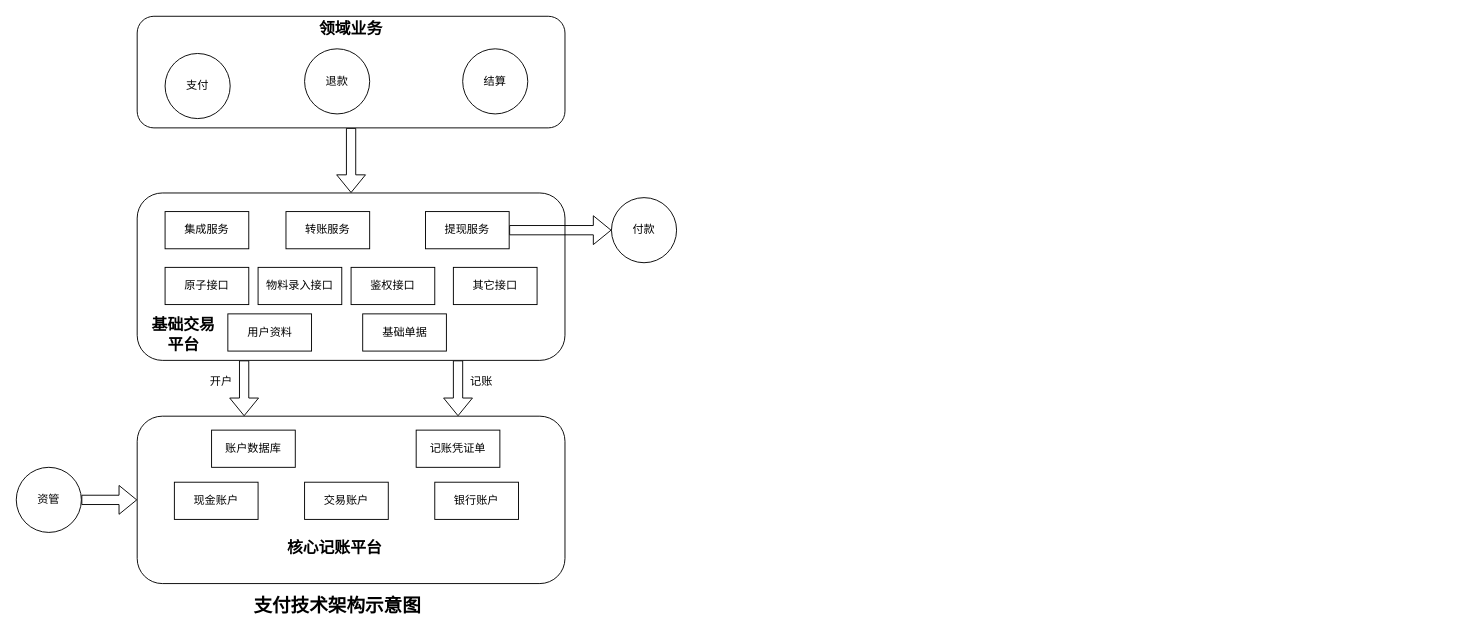
zhufuyin/draw keeps this draw.io diagram as 支付领域.drawio. Above is the earlier version. Source tidied: cells renumbered, new cells numbered last; positions are measured from the earlier drawing's top-left corner, leaving out a move shared by most shapes. Both pictures are drawn from the tidied source at 93%, with x=0, y=0 at pixel (16, 16).
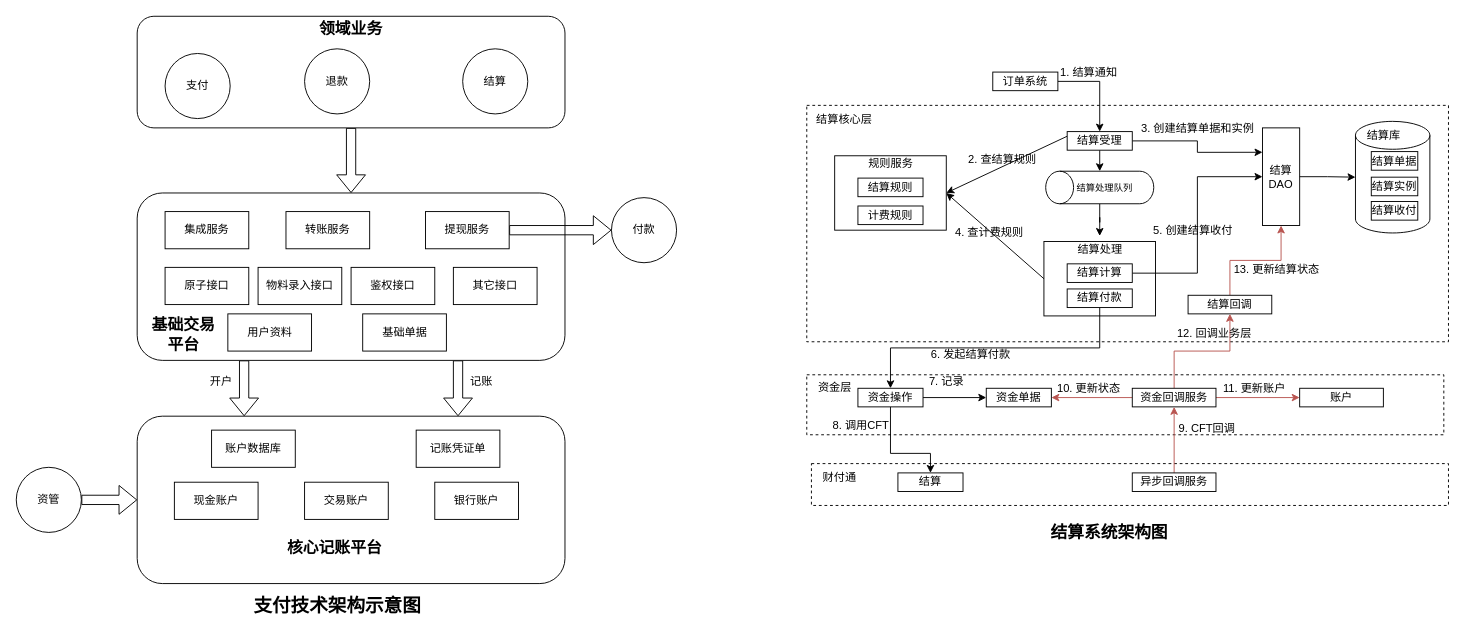
The same page after the edit.

Commit message (it also covers changes not shown here):
更新支付领域.drawio

The edit, as a diff of the source:
```diff
@@
+    <mxCell id="35" style="rounded=0;whiteSpace=wrap;html=1;dashed=1;" parent="1" vertex="1">
+      <mxGeometry x="850" y="95.8" width="690" height="254.2" as="geometry" />
+    </mxCell>
+    <mxCell id="36" style="rounded=0;whiteSpace=wrap;html=1;dashed=1;" parent="1" vertex="1">
+      <mxGeometry x="850" y="385.5" width="685" height="64.5" as="geometry" />
+    </mxCell>
+    <mxCell id="37" style="rounded=0;whiteSpace=wrap;html=1;dashed=1;" parent="1" vertex="1">
+      <mxGeometry x="855" y="481" width="685" height="45" as="geometry" />
+    </mxCell>
@@
+    <mxCell id="38" style="rounded=0;whiteSpace=wrap;html=1;" parent="1" vertex="1">
+      <mxGeometry x="880" y="150" width="120" height="80" as="geometry" />
+    </mxCell>
+    <mxCell id="39" value="结算规则" style="rounded=0;whiteSpace=wrap;html=1;" parent="1" vertex="1">
+      <mxGeometry x="905" y="174" width="70" height="20" as="geometry" />
+    </mxCell>
+    <mxCell id="40" value="计费规则" style="rounded=0;whiteSpace=wrap;html=1;" parent="1" vertex="1">
+      <mxGeometry x="905" y="204" width="70" height="20" as="geometry" />
+    </mxCell>
+    <mxCell id="41" value="规则服务" style="text;html=1;align=center;verticalAlign=middle;strokeColor=none;fillColor=none;" parent="1" vertex="1">
+      <mxGeometry x="905" y="144" width="70" height="30" as="geometry" />
+    </mxCell>
+    <mxCell id="42" style="rounded=0;jettySize=auto;html=1;exitX=0;exitY=0.25;exitDx=0;exitDy=0;entryX=1;entryY=0.5;entryDx=0;entryDy=0;" parent="1" edge="1" source="45" target="38">
+      <mxGeometry relative="1" as="geometry" />
+    </mxCell>
+    <mxCell id="43" style="edgeStyle=orthogonalEdgeStyle;rounded=0;jettySize=auto;html=1;exitX=0.5;exitY=1;exitDx=0;exitDy=0;entryX=1;entryY=0.5;entryDx=0;entryDy=0;entryPerimeter=0;" parent="1" edge="1" source="45" target="77">
+      <mxGeometry relative="1" as="geometry" />
+    </mxCell>
+    <mxCell id="44" style="edgeStyle=orthogonalEdgeStyle;rounded=0;jettySize=auto;html=1;exitX=1;exitY=0.5;exitDx=0;exitDy=0;entryX=0;entryY=0.25;entryDx=0;entryDy=0;" parent="1" edge="1" source="45" target="52">
+      <mxGeometry relative="1" as="geometry" />
+    </mxCell>
+    <mxCell id="45" value="结算受理" style="rounded=0;whiteSpace=wrap;html=1;" parent="1" vertex="1">
+      <mxGeometry x="1130" y="124" width="70" height="20" as="geometry" />
+    </mxCell>
+    <mxCell id="46" style="rounded=0;whiteSpace=wrap;html=1;" parent="1" vertex="1">
+      <mxGeometry x="1105" y="242.2" width="120" height="80" as="geometry" />
+    </mxCell>
+    <mxCell id="47" style="edgeStyle=orthogonalEdgeStyle;rounded=0;jettySize=auto;html=1;exitX=1;exitY=0.5;exitDx=0;exitDy=0;entryX=0;entryY=0.5;entryDx=0;entryDy=0;" parent="1" edge="1" source="48" target="52">
+      <mxGeometry relative="1" as="geometry" />
+    </mxCell>
+    <mxCell id="48" value="结算计算" style="rounded=0;whiteSpace=wrap;html=1;" parent="1" vertex="1">
+      <mxGeometry x="1130" y="266.2" width="70" height="20" as="geometry" />
+    </mxCell>
+    <mxCell id="49" style="edgeStyle=orthogonalEdgeStyle;rounded=0;jettySize=auto;html=1;exitX=0.5;exitY=1;exitDx=0;exitDy=0;entryX=0.5;entryY=0;entryDx=0;entryDy=0;" parent="1" edge="1" source="50" target="63">
+      <mxGeometry relative="1" as="geometry" />
+    </mxCell>
+    <mxCell id="50" value="结算付款" style="rounded=0;whiteSpace=wrap;html=1;" parent="1" vertex="1">
+      <mxGeometry x="1130" y="293.2" width="70" height="20" as="geometry" />
+    </mxCell>
+    <mxCell id="51" value="结算处理" style="text;html=1;align=center;verticalAlign=middle;points=[];strokeColor=none;fillColor=none;" parent="1" vertex="1">
+      <mxGeometry x="1130" y="236.2" width="70" height="30" as="geometry" />
+    </mxCell>
+    <mxCell id="52" value="结算DAO" style="rounded=0;whiteSpace=wrap;html=1;" parent="1" vertex="1">
+      <mxGeometry x="1340" y="120" width="40" height="105" as="geometry" />
+    </mxCell>
+    <mxCell id="53" style="shape=cylinder3;whiteSpace=wrap;html=1;boundedLbl=1;backgroundOutline=1;size=15;" parent="1" vertex="1">
+      <mxGeometry x="1440" y="113" width="80" height="120" as="geometry" />
+    </mxCell>
+    <mxCell id="54" value="结算库" style="text;html=1;align=center;verticalAlign=middle;strokeColor=none;fillColor=none;" parent="1" vertex="1">
+      <mxGeometry x="1440" y="113" width="60" height="30" as="geometry" />
+    </mxCell>
+    <mxCell id="55" value="结算单据" style="rounded=0;whiteSpace=wrap;html=1;" parent="1" vertex="1">
+      <mxGeometry x="1457" y="145.5" width="50" height="20" as="geometry" />
+    </mxCell>
+    <mxCell id="56" value="结算实例" style="rounded=0;whiteSpace=wrap;html=1;" parent="1" vertex="1">
+      <mxGeometry x="1457" y="173" width="50" height="20" as="geometry" />
+    </mxCell>
+    <mxCell id="57" value="结算收付" style="rounded=0;whiteSpace=wrap;html=1;" parent="1" vertex="1">
+      <mxGeometry x="1457" y="199.2" width="50" height="20" as="geometry" />
+    </mxCell>
+    <mxCell id="58" style="edgeStyle=orthogonalEdgeStyle;rounded=0;jettySize=auto;html=1;exitX=1;exitY=0.5;exitDx=0;exitDy=0;entryX=0.5;entryY=0;entryDx=0;entryDy=0;" parent="1" edge="1" source="59" target="45">
+      <mxGeometry relative="1" as="geometry" />
+    </mxCell>
+    <mxCell id="59" value="订单系统" style="rounded=0;whiteSpace=wrap;html=1;" parent="1" vertex="1">
+      <mxGeometry x="1050" y="60" width="70" height="20" as="geometry" />
+    </mxCell>
+    <mxCell id="60" value="1. 结算通知" style="text;html=1;align=center;verticalAlign=middle;strokeColor=none;fillColor=none;" parent="1" vertex="1">
+      <mxGeometry x="1113" y="46" width="80" height="30" as="geometry" />
+    </mxCell>
+    <mxCell id="61" style="edgeStyle=orthogonalEdgeStyle;rounded=0;jettySize=auto;html=1;exitX=1;exitY=0.5;exitDx=0;exitDy=0;entryX=0;entryY=0.5;entryDx=0;entryDy=0;" parent="1" edge="1" source="63" target="64">
+      <mxGeometry relative="1" as="geometry" />
+    </mxCell>
+    <mxCell id="62" style="edgeStyle=orthogonalEdgeStyle;rounded=0;jettySize=auto;html=1;exitX=0.5;exitY=1;exitDx=0;exitDy=0;entryX=0.5;entryY=0;entryDx=0;entryDy=0;" parent="1" edge="1" source="63" target="70">
+      <mxGeometry relative="1" as="geometry">
+        <Array as="points">
+          <mxPoint x="940" y="470" />
+          <mxPoint x="983" y="470" />
+        </Array>
+      </mxGeometry>
+    </mxCell>
+    <mxCell id="63" value="资金操作" style="rounded=0;whiteSpace=wrap;html=1;" parent="1" vertex="1">
+      <mxGeometry x="905" y="400" width="70" height="20" as="geometry" />
+    </mxCell>
+    <mxCell id="64" value="资金单据" style="rounded=0;whiteSpace=wrap;html=1;" parent="1" vertex="1">
+      <mxGeometry x="1043" y="400" width="70" height="20" as="geometry" />
+    </mxCell>
+    <mxCell id="65" style="edgeStyle=orthogonalEdgeStyle;rounded=0;jettySize=auto;html=1;exitX=0;exitY=0.5;exitDx=0;exitDy=0;entryX=1;entryY=0.5;entryDx=0;entryDy=0;fillColor=#f8cecc;strokeColor=#b85450;" parent="1" edge="1" source="68" target="64">
+      <mxGeometry relative="1" as="geometry" />
+    </mxCell>
+    <mxCell id="66" style="edgeStyle=orthogonalEdgeStyle;rounded=0;jettySize=auto;html=1;exitX=1;exitY=0.5;exitDx=0;exitDy=0;entryX=0;entryY=0.5;entryDx=0;entryDy=0;fillColor=#f8cecc;strokeColor=#b85450;" parent="1" edge="1" source="68" target="69">
+      <mxGeometry relative="1" as="geometry" />
+    </mxCell>
+    <mxCell id="67" style="edgeStyle=orthogonalEdgeStyle;rounded=0;jettySize=auto;html=1;exitX=0.5;exitY=0;exitDx=0;exitDy=0;entryX=0.5;entryY=1;entryDx=0;entryDy=0;fillColor=#f8cecc;strokeColor=#b85450;" parent="1" edge="1" source="68" target="80">
+      <mxGeometry relative="1" as="geometry" />
+    </mxCell>
+    <mxCell id="68" value="资金回调服务" style="rounded=0;whiteSpace=wrap;html=1;" parent="1" vertex="1">
+      <mxGeometry x="1200" y="400" width="90" height="20" as="geometry" />
+    </mxCell>
+    <mxCell id="69" value="账户" style="rounded=0;whiteSpace=wrap;html=1;" parent="1" vertex="1">
+      <mxGeometry x="1380" y="400" width="90" height="20" as="geometry" />
+    </mxCell>
+    <mxCell id="70" value="结算" style="rounded=0;whiteSpace=wrap;html=1;" parent="1" vertex="1">
+      <mxGeometry x="948" y="491" width="70" height="20" as="geometry" />
+    </mxCell>
+    <mxCell id="71" style="edgeStyle=orthogonalEdgeStyle;rounded=0;jettySize=auto;html=1;exitX=0.5;exitY=0;exitDx=0;exitDy=0;entryX=0.5;entryY=1;entryDx=0;entryDy=0;fillColor=#f8cecc;strokeColor=#b85450;" parent="1" edge="1" source="72" target="68">
+      <mxGeometry relative="1" as="geometry" />
+    </mxCell>
+    <mxCell id="72" value="异步回调服务" style="rounded=0;whiteSpace=wrap;html=1;" parent="1" vertex="1">
+      <mxGeometry x="1200" y="491" width="90" height="20" as="geometry" />
+    </mxCell>
+    <mxCell id="73" value="2. 查结算规则" style="text;html=1;align=center;verticalAlign=middle;strokeColor=none;fillColor=none;" parent="1" vertex="1">
+      <mxGeometry x="1010" y="139" width="100" height="30" as="geometry" />
+    </mxCell>
+    <mxCell id="74" style="rounded=0;jettySize=auto;html=1;exitX=0;exitY=0.5;exitDx=0;exitDy=0;entryX=1;entryY=0.5;entryDx=0;entryDy=0;" parent="1" edge="1" source="46" target="38">
+      <mxGeometry relative="1" as="geometry" />
+    </mxCell>
+    <mxCell id="75" value="4. 查计费规则" style="text;html=1;align=center;verticalAlign=middle;strokeColor=none;fillColor=none;" parent="1" vertex="1">
+      <mxGeometry x="996" y="218" width="100" height="30" as="geometry" />
+    </mxCell>
+    <mxCell id="76" style="edgeStyle=orthogonalEdgeStyle;rounded=0;jettySize=auto;html=1;exitX=0;exitY=0.5;exitDx=0;exitDy=0;exitPerimeter=0;" parent="1" edge="1" source="77" target="51">
+      <mxGeometry relative="1" as="geometry" />
+    </mxCell>
+    <mxCell id="77" style="shape=cylinder3;whiteSpace=wrap;html=1;boundedLbl=1;backgroundOutline=1;size=15;rotation=-90;" parent="1" vertex="1">
+      <mxGeometry x="1147.5" y="126" width="35" height="116.2" as="geometry" />
+    </mxCell>
+    <mxCell id="78" value="结算处理队列" style="text;html=1;align=center;verticalAlign=middle;strokeColor=none;fillColor=none;fontSize=10;" parent="1" vertex="1">
+      <mxGeometry x="1130" y="169" width="80" height="30" as="geometry" />
+    </mxCell>
+    <mxCell id="79" style="edgeStyle=orthogonalEdgeStyle;rounded=0;jettySize=auto;html=1;exitX=0.5;exitY=0;exitDx=0;exitDy=0;entryX=0.5;entryY=1;entryDx=0;entryDy=0;fillColor=#f8cecc;strokeColor=#b85450;" parent="1" edge="1" source="80" target="52">
+      <mxGeometry relative="1" as="geometry" />
+    </mxCell>
+    <mxCell id="80" value="结算回调" style="rounded=0;whiteSpace=wrap;html=1;" parent="1" vertex="1">
+      <mxGeometry x="1260" y="300" width="90" height="20" as="geometry" />
+    </mxCell>
+    <mxCell id="81" style="edgeStyle=orthogonalEdgeStyle;rounded=0;jettySize=auto;html=1;exitX=1;exitY=0.5;exitDx=0;exitDy=0;entryX=0;entryY=0.5;entryDx=0;entryDy=0;entryPerimeter=0;" parent="1" edge="1" source="52" target="53">
+      <mxGeometry relative="1" as="geometry" />
+    </mxCell>
+    <mxCell id="82" value="3. 创建结算单据和实例" style="text;html=1;align=center;verticalAlign=middle;strokeColor=none;fillColor=none;" parent="1" vertex="1">
+      <mxGeometry x="1200" y="106" width="140" height="30" as="geometry" />
+    </mxCell>
+    <mxCell id="83" value="5. 创建结算收付" style="text;html=1;align=center;verticalAlign=middle;strokeColor=none;fillColor=none;" parent="1" vertex="1">
+      <mxGeometry x="1210" y="216" width="110" height="30" as="geometry" />
+    </mxCell>
+    <mxCell id="84" value="6. 发起结算付款" style="text;html=1;align=center;verticalAlign=middle;strokeColor=none;fillColor=none;" parent="1" vertex="1">
+      <mxGeometry x="971" y="349" width="110" height="30" as="geometry" />
+    </mxCell>
+    <mxCell id="85" value="7. 记录" style="text;html=1;align=center;verticalAlign=middle;strokeColor=none;fillColor=none;" parent="1" vertex="1">
+      <mxGeometry x="970" y="378" width="60" height="30" as="geometry" />
+    </mxCell>
+    <mxCell id="86" value="8. 调用CFT" style="text;html=1;align=center;verticalAlign=middle;strokeColor=none;fillColor=none;" parent="1" vertex="1">
+      <mxGeometry x="868" y="425" width="80" height="30" as="geometry" />
+    </mxCell>
+    <mxCell id="87" value="9. CFT回调" style="text;html=1;align=center;verticalAlign=middle;strokeColor=none;fillColor=none;" parent="1" vertex="1">
+      <mxGeometry x="1240" y="428" width="80" height="30" as="geometry" />
+    </mxCell>
+    <mxCell id="88" value="10. 更新状态" style="text;html=1;align=center;verticalAlign=middle;strokeColor=none;fillColor=none;" parent="1" vertex="1">
+      <mxGeometry x="1108" y="385" width="90" height="30" as="geometry" />
+    </mxCell>
+    <mxCell id="89" value="11. 更新账户" style="text;html=1;align=center;verticalAlign=middle;strokeColor=none;fillColor=none;" parent="1" vertex="1">
+      <mxGeometry x="1286" y="386" width="90" height="30" as="geometry" />
+    </mxCell>
+    <mxCell id="90" value="12. 回调业务层" style="text;html=1;align=center;verticalAlign=middle;strokeColor=none;fillColor=none;" parent="1" vertex="1">
+      <mxGeometry x="1238" y="326" width="100" height="30" as="geometry" />
+    </mxCell>
+    <mxCell id="91" value="13. 更新结算状态" style="text;html=1;align=center;verticalAlign=middle;strokeColor=none;fillColor=none;" parent="1" vertex="1">
+      <mxGeometry x="1295" y="258" width="120" height="30" as="geometry" />
+    </mxCell>
+    <mxCell id="92" value="结算核心层" style="text;html=1;align=center;verticalAlign=middle;strokeColor=none;fillColor=none;" parent="1" vertex="1">
+      <mxGeometry x="850" y="96" width="80" height="30" as="geometry" />
+    </mxCell>
+    <mxCell id="93" value="资金层" style="text;html=1;align=center;verticalAlign=middle;strokeColor=none;fillColor=none;" parent="1" vertex="1">
+      <mxGeometry x="850" y="384" width="60" height="30" as="geometry" />
+    </mxCell>
+    <mxCell id="94" value="财付通" style="text;html=1;align=center;verticalAlign=middle;strokeColor=none;fillColor=none;" parent="1" vertex="1">
+      <mxGeometry x="855" y="481" width="60" height="30" as="geometry" />
+    </mxCell>
+    <mxCell id="95" value="结算系统架构图" style="text;html=1;align=center;verticalAlign=middle;strokeColor=none;fillColor=none;fontSize=18;fontStyle=1;" parent="1" vertex="1">
+      <mxGeometry x="1100" y="535" width="150" height="40" as="geometry" />
+    </mxCell>
```
